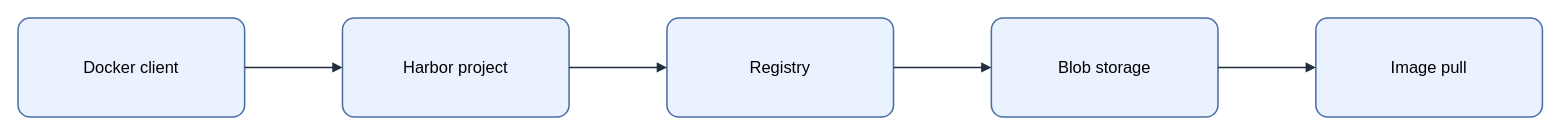
Earlier version of the draw.io diagram assets/img/registry/harbor-image-push-flow.drawio (KKamJi98/kkamji98.github.io). Source tidied: cells renumbered, new cells numbered last; positions are measured from the earlier drawing's top-left corner, leaving out a move shared by most shapes. Both pictures are drawn from the tidied source at 103%, with x=0, y=0 at pixel (18, 18).
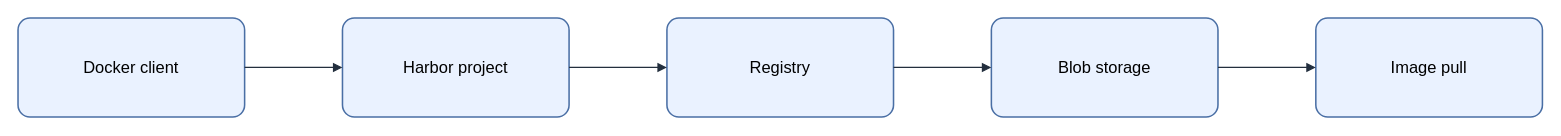
After the change.

The edit, as a diff of the source:
```diff
@@
 <mxGraphModel background="#FFFFFF">
   <root>
     <mxCell id="0" />
     <mxCell id="1" parent="0" />
-    <mxCell id="2" value="&lt;font style=&quot;color: rgb(0, 0, 0);&quot;&gt;Docker client&lt;/font&gt;" style="rounded=1;arcSize=12;whiteSpace=wrap;html=1;fillColor=#EAF2FF;strokeColor=#4A6FA5;strokeWidth=1.5;fontColor=#000000;fontSize=16;align=center;verticalAlign=middle;spacing=8;shadow=0;" parent="1" vertex="1">
+    <mxCell id="2" value="Docker client" style="rounded=1;arcSize=12;whiteSpace=wrap;html=0;fillColor=#EAF2FF;strokeColor=#4A6FA5;strokeWidth=1.5;fontColor=#000000;fontSize=16;align=center;verticalAlign=middle;spacing=8;shadow=0;" parent="1" vertex="1">
       <mxGeometry width="220" height="96" as="geometry" />
     </mxCell>
-    <mxCell id="3" value="&lt;font style=&quot;color: rgb(0, 0, 0);&quot;&gt;Harbor project&lt;/font&gt;" style="rounded=1;arcSize=12;whiteSpace=wrap;html=1;fillColor=#EAF2FF;strokeColor=#4A6FA5;strokeWidth=1.5;fontColor=#000000;fontSize=16;align=center;verticalAlign=middle;spacing=8;shadow=0;" parent="1" vertex="1">
+    <mxCell id="3" value="Harbor project" style="rounded=1;arcSize=12;whiteSpace=wrap;html=0;fillColor=#EAF2FF;strokeColor=#4A6FA5;strokeWidth=1.5;fontColor=#000000;fontSize=16;align=center;verticalAlign=middle;spacing=8;shadow=0;" parent="1" vertex="1">
       <mxGeometry x="315" width="220" height="96" as="geometry" />
     </mxCell>
-    <mxCell id="4" value="&lt;font style=&quot;color: rgb(0, 0, 0);&quot;&gt;Registry&lt;/font&gt;" style="rounded=1;arcSize=12;whiteSpace=wrap;html=1;fillColor=#EAF2FF;strokeColor=#4A6FA5;strokeWidth=1.5;fontColor=#000000;fontSize=16;align=center;verticalAlign=middle;spacing=8;shadow=0;" parent="1" vertex="1">
+    <mxCell id="4" value="Registry" style="rounded=1;arcSize=12;whiteSpace=wrap;html=0;fillColor=#EAF2FF;strokeColor=#4A6FA5;strokeWidth=1.5;fontColor=#000000;fontSize=16;align=center;verticalAlign=middle;spacing=8;shadow=0;" parent="1" vertex="1">
       <mxGeometry x="630" width="220" height="96" as="geometry" />
     </mxCell>
-    <mxCell id="5" value="&lt;font style=&quot;color: rgb(0, 0, 0);&quot;&gt;Blob storage&lt;/font&gt;" style="rounded=1;arcSize=12;whiteSpace=wrap;html=1;fillColor=#EAF2FF;strokeColor=#4A6FA5;strokeWidth=1.5;fontColor=#000000;fontSize=16;align=center;verticalAlign=middle;spacing=8;shadow=0;" parent="1" vertex="1">
+    <mxCell id="5" value="Blob storage" style="rounded=1;arcSize=12;whiteSpace=wrap;html=0;fillColor=#EAF2FF;strokeColor=#4A6FA5;strokeWidth=1.5;fontColor=#000000;fontSize=16;align=center;verticalAlign=middle;spacing=8;shadow=0;" parent="1" vertex="1">
       <mxGeometry x="945" width="220" height="96" as="geometry" />
     </mxCell>
-    <mxCell id="6" value="&lt;font style=&quot;color: rgb(0, 0, 0);&quot;&gt;Image pull&lt;/font&gt;" style="rounded=1;arcSize=12;whiteSpace=wrap;html=1;fillColor=#EAF2FF;strokeColor=#4A6FA5;strokeWidth=1.5;fontColor=#000000;fontSize=16;align=center;verticalAlign=middle;spacing=8;shadow=0;" parent="1" vertex="1">
+    <mxCell id="6" value="Image pull" style="rounded=1;arcSize=12;whiteSpace=wrap;html=0;fillColor=#EAF2FF;strokeColor=#4A6FA5;strokeWidth=1.5;fontColor=#000000;fontSize=16;align=center;verticalAlign=middle;spacing=8;shadow=0;" parent="1" vertex="1">
       <mxGeometry x="1260" width="220" height="96" as="geometry" />
     </mxCell>
-    <mxCell id="7" style="edgeStyle=orthogonalEdgeStyle;rounded=0;jettySize=auto;html=1;endArrow=block;endFill=1;strokeColor=#232F3E;strokeWidth=1.5;fontColor=#000000;labelBackgroundColor=none;exitX=1;exitY=0.5;exitDx=0;exitDy=0;entryX=0;entryY=0.5;entryDx=0;entryDy=0;" parent="1" edge="1" source="2" target="3">
+    <mxCell id="7" style="edgeStyle=orthogonalEdgeStyle;rounded=0;jettySize=auto;html=0;endArrow=block;endFill=1;strokeColor=#232F3E;strokeWidth=1.25;fontColor=#000000;labelBackgroundColor=none;exitX=1;exitY=0.5;exitDx=0;exitDy=0;entryX=0;entryY=0.5;entryDx=0;entryDy=0;" parent="1" edge="1" source="2" target="3">
       <mxGeometry relative="1" as="geometry" />
     </mxCell>
-    <mxCell id="8" style="edgeStyle=orthogonalEdgeStyle;rounded=0;jettySize=auto;html=1;endArrow=block;endFill=1;strokeColor=#232F3E;strokeWidth=1.5;fontColor=#000000;labelBackgroundColor=none;exitX=1;exitY=0.5;exitDx=0;exitDy=0;entryX=0;entryY=0.5;entryDx=0;entryDy=0;" parent="1" edge="1" source="3" target="4">
+    <mxCell id="8" style="edgeStyle=orthogonalEdgeStyle;rounded=0;jettySize=auto;html=0;endArrow=block;endFill=1;strokeColor=#232F3E;strokeWidth=1.25;fontColor=#000000;labelBackgroundColor=none;exitX=1;exitY=0.5;exitDx=0;exitDy=0;entryX=0;entryY=0.5;entryDx=0;entryDy=0;" parent="1" edge="1" source="3" target="4">
       <mxGeometry relative="1" as="geometry" />
     </mxCell>
-    <mxCell id="9" style="edgeStyle=orthogonalEdgeStyle;rounded=0;jettySize=auto;html=1;endArrow=block;endFill=1;strokeColor=#232F3E;strokeWidth=1.5;fontColor=#000000;labelBackgroundColor=none;exitX=1;exitY=0.5;exitDx=0;exitDy=0;entryX=0;entryY=0.5;entryDx=0;entryDy=0;" parent="1" edge="1" source="4" target="5">
+    <mxCell id="9" style="edgeStyle=orthogonalEdgeStyle;rounded=0;jettySize=auto;html=0;endArrow=block;endFill=1;strokeColor=#232F3E;strokeWidth=1.25;fontColor=#000000;labelBackgroundColor=none;exitX=1;exitY=0.5;exitDx=0;exitDy=0;entryX=0;entryY=0.5;entryDx=0;entryDy=0;" parent="1" edge="1" source="4" target="5">
       <mxGeometry relative="1" as="geometry" />
     </mxCell>
-    <mxCell id="10" style="edgeStyle=orthogonalEdgeStyle;rounded=0;jettySize=auto;html=1;endArrow=block;endFill=1;strokeColor=#232F3E;strokeWidth=1.5;fontColor=#000000;labelBackgroundColor=none;exitX=1;exitY=0.5;exitDx=0;exitDy=0;entryX=0;entryY=0.5;entryDx=0;entryDy=0;" parent="1" edge="1" source="5" target="6">
+    <mxCell id="10" style="edgeStyle=orthogonalEdgeStyle;rounded=0;jettySize=auto;html=0;endArrow=block;endFill=1;strokeColor=#232F3E;strokeWidth=1.25;fontColor=#000000;labelBackgroundColor=none;exitX=1;exitY=0.5;exitDx=0;exitDy=0;entryX=0;entryY=0.5;entryDx=0;entryDy=0;" parent="1" edge="1" source="5" target="6">
       <mxGeometry relative="1" as="geometry" />
     </mxCell>
   </root>
 </mxGraphModel>
```
